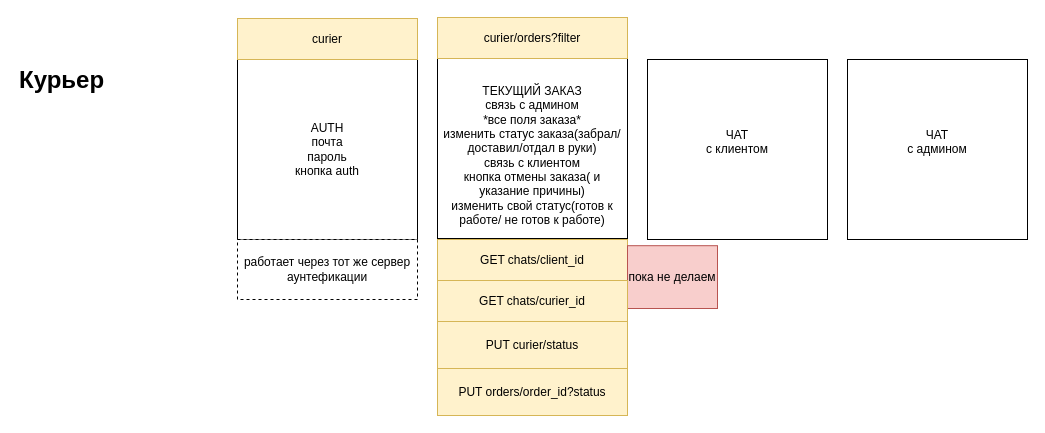
kev1nbeikan/DeliveryShavermaAspNetCore keeps this draw.io diagram as materials/architecture/diagram/curier$логика запросов.drawio. Above is the earlier version. Source tidied: cells renumbered, new cells numbered last; positions are measured from the earlier drawing's top-left corner, leaving out a move shared by most shapes. Both pictures are drawn from the tidied source at 100%, with x=0, y=0 at pixel (17, 17).
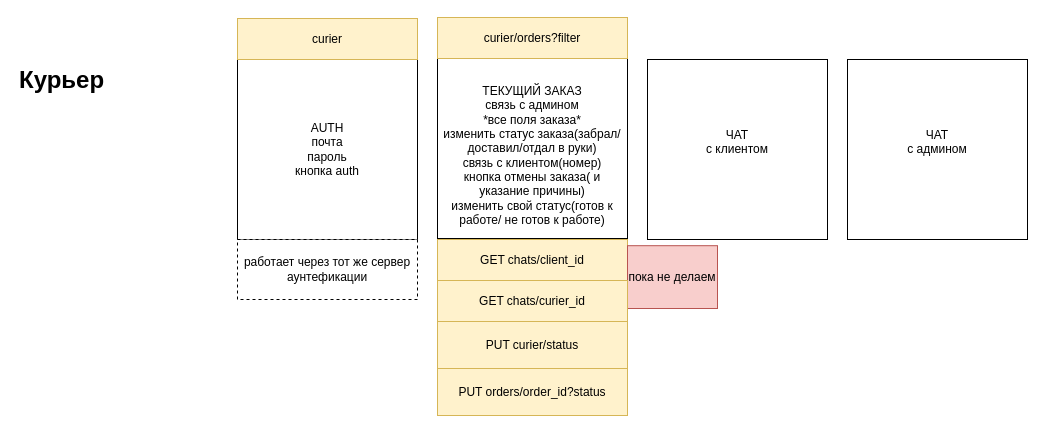
The same diagram, later.

What changed in the source:
```diff
@@
 <mxGraphModel>
   <root>
     <mxCell id="0" />
     <mxCell id="1" parent="0" />
     <mxCell id="2" value="&lt;h1 style=&quot;margin-top: 0px;&quot;&gt;Курьер&lt;/h1&gt;" style="text;html=1;whiteSpace=wrap;overflow=hidden;rounded=0;" parent="1" vertex="1">
       <mxGeometry y="42" width="180" height="120" as="geometry" />
     </mxCell>
-    <mxCell id="3" value="&lt;div&gt;&lt;br&gt;&lt;/div&gt;ТЕКУЩИЙ ЗАКАЗ&lt;div&gt;связь с админом&lt;br&gt;&lt;div&gt;*все поля заказа*&lt;/div&gt;&lt;div&gt;изменить статус заказа(забрал/доставил/отдал в руки)&lt;/div&gt;&lt;div&gt;связь с клиентом&lt;/div&gt;&lt;div&gt;кнопка отмены заказа( и указание причины)&lt;/div&gt;&lt;div&gt;изменить свой статус(готов к работе/ не готов к работе)&lt;/div&gt;&lt;/div&gt;" style="rounded=0;whiteSpace=wrap;html=1;" parent="1" vertex="1">
+    <mxCell id="3" value="&lt;div&gt;&lt;br&gt;&lt;/div&gt;ТЕКУЩИЙ ЗАКАЗ&lt;div&gt;связь с админом&lt;br&gt;&lt;div&gt;*все поля заказа*&lt;/div&gt;&lt;div&gt;изменить статус заказа(забрал/доставил/отдал в руки)&lt;/div&gt;&lt;div&gt;связь с клиентом(номер)&lt;/div&gt;&lt;div&gt;кнопка отмены заказа( и указание причины)&lt;/div&gt;&lt;div&gt;изменить свой статус(готов к работе/ не готов к работе)&lt;/div&gt;&lt;/div&gt;" style="rounded=0;whiteSpace=wrap;html=1;" parent="1" vertex="1">
       <mxGeometry x="420" y="41" width="190" height="180" as="geometry" />
     </mxCell>
     <mxCell id="4" value="ЧАТ&lt;div&gt;с клиентом&lt;/div&gt;&lt;div&gt;&lt;br&gt;&lt;/div&gt;" style="rounded=0;whiteSpace=wrap;html=1;" parent="1" vertex="1">
       <mxGeometry x="630" y="42" width="180" height="180" as="geometry" />
     </mxCell>
     <mxCell id="5" value="AUTH&lt;div&gt;почта&lt;/div&gt;&lt;div&gt;пароль&lt;/div&gt;&lt;div&gt;кнопка auth&lt;br&gt;&lt;/div&gt;" style="rounded=0;whiteSpace=wrap;html=1;" parent="1" vertex="1">
       <mxGeometry x="220" y="42" width="180" height="180" as="geometry" />
     </mxCell>
     <mxCell id="6" value="ЧАТ&lt;div&gt;с админом&lt;/div&gt;&lt;div&gt;&lt;br&gt;&lt;/div&gt;" style="rounded=0;whiteSpace=wrap;html=1;" parent="1" vertex="1">
       <mxGeometry x="830" y="42" width="180" height="180" as="geometry" />
     </mxCell>
     <mxCell id="7" value="работает через тот же сервер аунтефикации" style="rounded=0;whiteSpace=wrap;html=1;dashed=1;" parent="1" vertex="1">
       <mxGeometry x="220" y="222" width="180" height="60" as="geometry" />
     </mxCell>
     <mxCell id="8" value="curier" style="rounded=0;whiteSpace=wrap;html=1;fillColor=#fff2cc;strokeColor=#d6b656;" parent="1" vertex="1">
       <mxGeometry x="220" y="1" width="180" height="41" as="geometry" />
     </mxCell>
     <mxCell id="9" value="curier/orders?filter" style="rounded=0;whiteSpace=wrap;html=1;fillColor=#fff2cc;strokeColor=#d6b656;" parent="1" vertex="1">
       <mxGeometry x="420" width="190" height="41" as="geometry" />
     </mxCell>
     <mxCell id="10" value="GET chats/client_id" style="rounded=0;whiteSpace=wrap;html=1;fillColor=#fff2cc;strokeColor=#d6b656;" parent="1" vertex="1">
       <mxGeometry x="420" y="222" width="190" height="41" as="geometry" />
     </mxCell>
     <mxCell id="11" value="пока не делаем" style="rounded=0;whiteSpace=wrap;html=1;fillColor=#f8cecc;strokeColor=#b85450;" parent="1" vertex="1">
       <mxGeometry x="610" y="228.2" width="90" height="62.8" as="geometry" />
     </mxCell>
     <mxCell id="12" value="GET chats/curier_id" style="rounded=0;whiteSpace=wrap;html=1;fillColor=#fff2cc;strokeColor=#d6b656;" parent="1" vertex="1">
       <mxGeometry x="420" y="263" width="190" height="41" as="geometry" />
     </mxCell>
     <mxCell id="13" value="PUT curier/status" style="rounded=0;whiteSpace=wrap;html=1;fillColor=#fff2cc;strokeColor=#d6b656;" parent="1" vertex="1">
       <mxGeometry x="420" y="304" width="190" height="47" as="geometry" />
     </mxCell>
     <mxCell id="14" value="PUT orders/order_id?status" style="rounded=0;whiteSpace=wrap;html=1;fillColor=#fff2cc;strokeColor=#d6b656;" parent="1" vertex="1">
       <mxGeometry x="420" y="351" width="190" height="47" as="geometry" />
     </mxCell>
   </root>
 </mxGraphModel>
```
